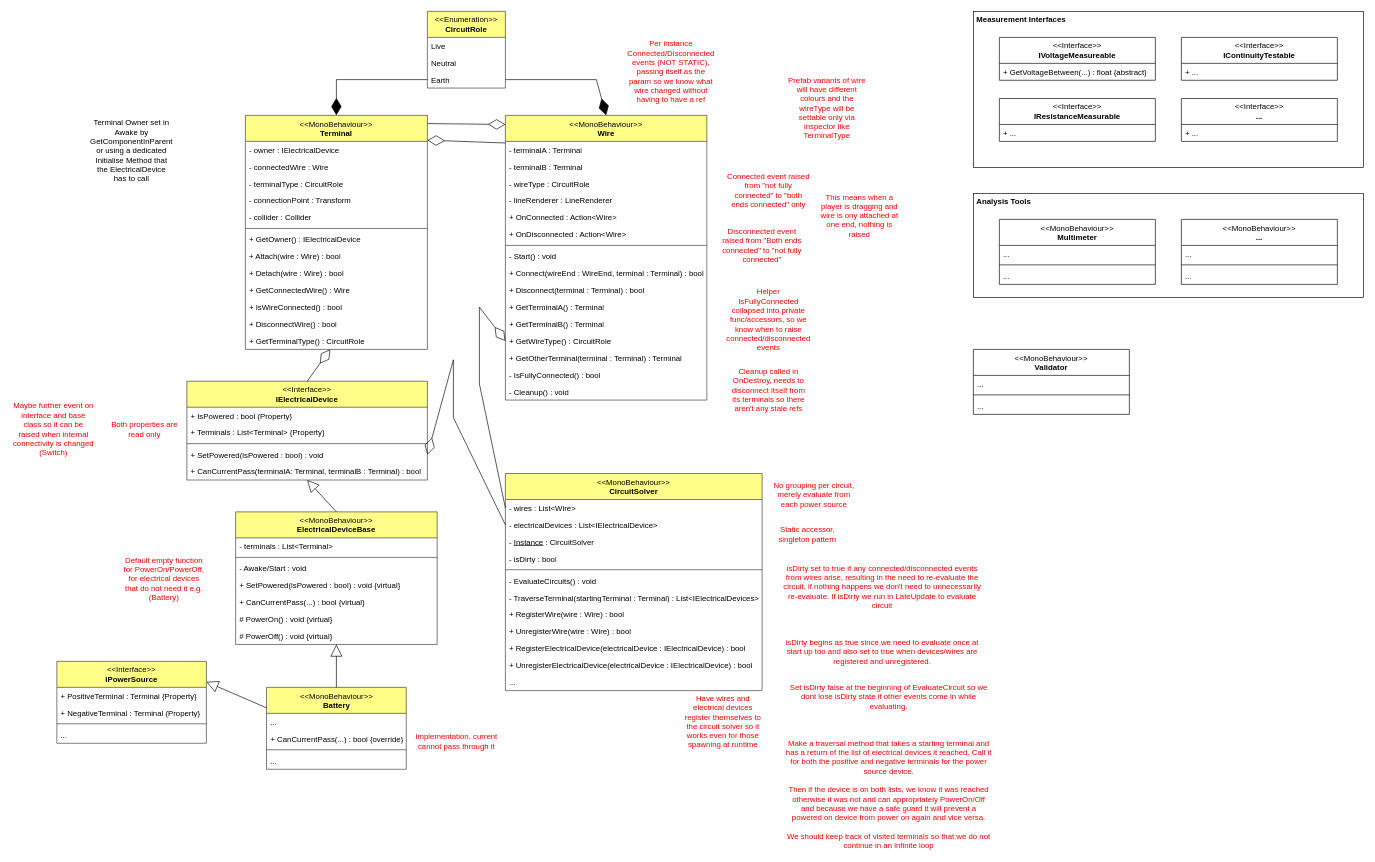
TheMGLegends/Spark keeps this draw.io diagram as Spark System Designs.drawio. Above is the earlier version. Source tidied: cells renumbered, new cells numbered last; positions are measured from the earlier drawing's top-left corner, leaving out a move shared by most shapes. Both pictures are drawn from the tidied source at 65%, with x=0, y=0 at pixel (11, 11).
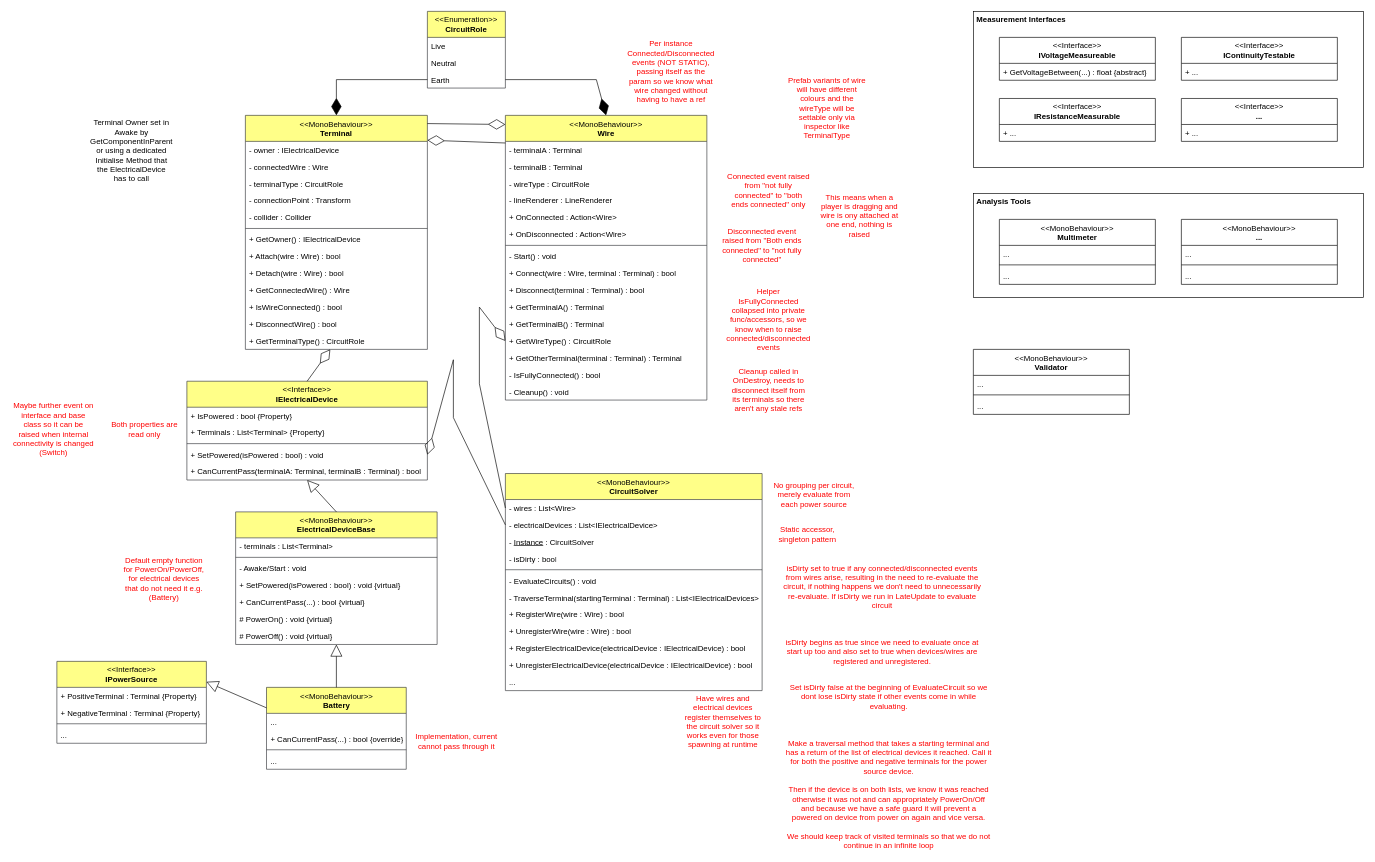
The same page after the edit.

Unchanged cells that the change refers to:
```xml
<mxCell id="21" value="&lt;div&gt;&lt;span style=&quot;font-weight: normal;&quot;&gt;&amp;lt;&amp;lt;MonoBehaviour&amp;gt;&amp;gt;&lt;/span&gt;&lt;/div&gt;Wire" style="swimlane;fontStyle=1;align=center;verticalAlign=top;horizontal=1;startSize=40;whiteSpace=wrap;html=1;fillColor=#ffff88;strokeColor=#36393d;" parent="1" vertex="1">
  <mxGeometry x="760" y="160" width="310" height="438" as="geometry" />
</mxCell>
```

The edit, as a diff of the source:
```diff
@@
-    <mxCell id="30" value="+ Connect(wireEnd : WireEnd, terminal : Terminal) : bool" style="text;strokeColor=none;fillColor=none;align=left;verticalAlign=top;spacingLeft=4;spacingRight=4;overflow=hidden;whiteSpace=wrap;html=1;" parent="21" vertex="1">
+    <mxCell id="30" value="+ Connect(wire : Wire, terminal : Terminal) : bool" style="text;strokeColor=none;fillColor=none;align=left;verticalAlign=top;spacingLeft=4;spacingRight=4;overflow=hidden;whiteSpace=wrap;html=1;" parent="21" vertex="1">
       <mxGeometry y="230" width="310" height="26" as="geometry" />
     </mxCell>
```
